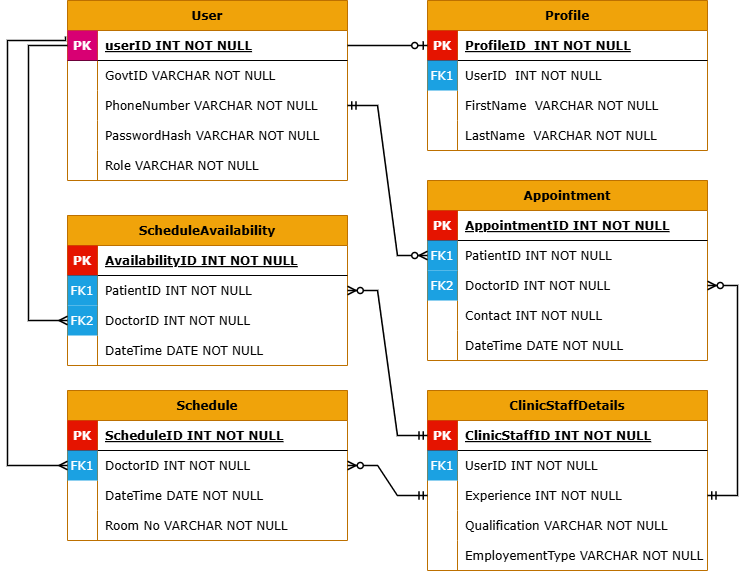
This is Online-Appointment-for-Healthcare-Clinic/02 - Diagrams/ERD.png from ZohaibWaqarMalik/Technical-Business-Analyst-Projects, a draw.io export, as it was before one commit. Source tidied: cells renumbered, new cells last; positions are measured from the earlier drawing's top-left corner, leaving out a move shared by most shapes.
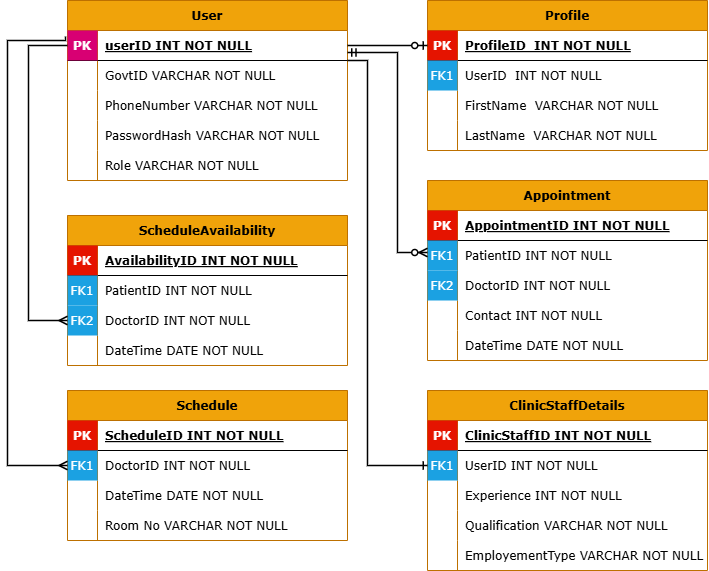
Above is the later version.

The edit, as a diff of the source:
```diff
@@ -277,23 +277,16 @@
         </Array>
       </mxGeometry>
     </mxCell>
-    <mxCell id="90" style="edgeStyle=entityRelationEdgeStyle;fontSize=12;html=1;endArrow=ERzeroToMany;startArrow=ERmandOne;rounded=0;entryX=0;entryY=0.5;entryDx=0;entryDy=0;exitX=1;exitY=0.5;exitDx=0;exitDy=0;strokeWidth=1.5;" parent="1" edge="1" source="38" target="19">
-      <mxGeometry relative="1" as="geometry" />
+    <mxCell id="90" style="edgeStyle=orthogonalEdgeStyle;fontSize=12;html=1;endArrow=ERzeroToMany;startArrow=ERmandOne;rounded=0;entryX=0;entryY=0.5;entryDx=0;entryDy=0;strokeWidth=1.5;" parent="1" edge="1">
+      <mxGeometry relative="1" as="geometry">
+        <mxPoint x="340" y="112" as="sourcePoint" />
+        <mxPoint x="420" y="312" as="targetPoint" />
+        <Array as="points">
+          <mxPoint x="390" y="112" />
+          <mxPoint x="390" y="312" />
+        </Array>
+      </mxGeometry>
     </mxCell>
-    <mxCell id="91" style="edgeStyle=entityRelationEdgeStyle;fontSize=12;html=1;endArrow=ERzeroToMany;startArrow=ERmandOne;rounded=0;entryX=1;entryY=0.5;entryDx=0;entryDy=0;exitX=0;exitY=0.5;exitDx=0;exitDy=0;strokeWidth=1.5;" parent="1" edge="1" source="80" target="64">
-      <mxGeometry relative="1" as="geometry">
-        <Array as="points">
-          <mxPoint x="390" y="400" />
-          <mxPoint x="350" y="430" />
-        </Array>
-      </mxGeometry>
-    </mxCell>
-    <mxCell id="92" style="edgeStyle=entityRelationEdgeStyle;fontSize=12;html=1;endArrow=ERzeroToMany;startArrow=ERmandOne;rounded=0;exitX=0;exitY=0.5;exitDx=0;exitDy=0;entryX=1;entryY=0.5;entryDx=0;entryDy=0;strokeWidth=1.5;" parent="1" edge="1" source="74" target="51">
-      <mxGeometry relative="1" as="geometry" />
-    </mxCell>
-    <mxCell id="93" style="edgeStyle=entityRelationEdgeStyle;fontSize=12;html=1;endArrow=ERzeroToMany;startArrow=ERmandOne;rounded=0;entryX=1;entryY=0.5;entryDx=0;entryDy=0;strokeWidth=1.5;" parent="1" edge="1" source="80" target="22">
-      <mxGeometry relative="1" as="geometry" />
-    </mxCell>
     <mxCell id="94" style="fontSize=12;html=1;endArrow=ERmany;rounded=0;anchorPointDirection=1;edgeStyle=orthogonalEdgeStyle;exitX=0;exitY=0.5;exitDx=0;exitDy=0;strokeWidth=1.5;" parent="1" edge="1" source="32">
       <mxGeometry relative="1" as="geometry">
         <mxPoint x="60" y="380" as="targetPoint" />
@@ -313,5 +306,14 @@
         </Array>
       </mxGeometry>
     </mxCell>
+    <mxCell id="96" style="edgeStyle=orthogonalEdgeStyle;fontSize=12;html=1;endArrow=ERone;endFill=1;rounded=0;entryX=0;entryY=0.5;entryDx=0;entryDy=0;strokeWidth=1.5;" parent="1" edge="1" target="77">
+      <mxGeometry relative="1" as="geometry">
+        <mxPoint x="340" y="120" as="sourcePoint" />
+        <Array as="points">
+          <mxPoint x="360" y="120" />
+          <mxPoint x="360" y="525" />
+        </Array>
+      </mxGeometry>
+    </mxCell>
   </root>
 </mxGraphModel>
```
